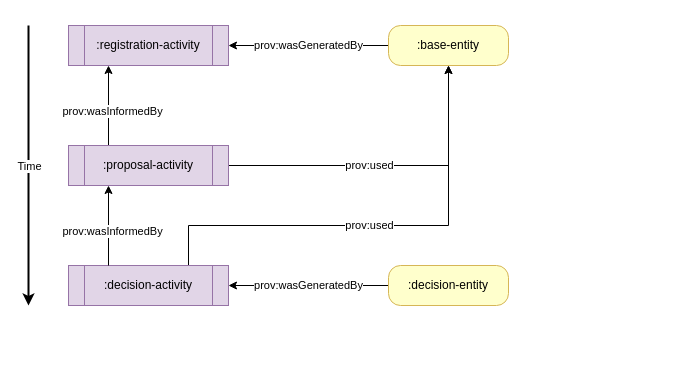
The draw.io diagram img/design_principles_basic.drawio in swiss/paf-link, before the edit. Source tidied: cells renumbered, new cells numbered last; positions are measured from the earlier drawing's top-left corner, leaving out a move shared by most shapes. Both pictures are drawn from the tidied source at 100%, with x=0, y=0 at pixel (28, 25).
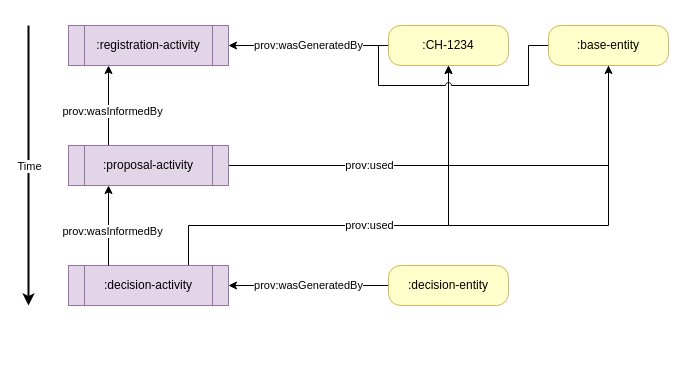
The same diagram, later.

What changed in the source:
```diff
@@
-    <mxCell id="3" value=":base-entity" style="rounded=1;whiteSpace=wrap;html=1;fillColor=#FFFFCC;strokeColor=#d6b656;arcSize=30;" parent="1" vertex="1">
+    <mxCell id="3" value=":CH-1234" style="rounded=1;whiteSpace=wrap;html=1;fillColor=#FFFFCC;strokeColor=#d6b656;arcSize=30;" parent="1" vertex="1">
       <mxGeometry x="360" width="120" height="40" as="geometry" />
     </mxCell>
@@
+    <mxCell id="18" style="edgeStyle=orthogonalEdgeStyle;rounded=0;html=1;exitX=0;exitY=0.5;exitDx=0;exitDy=0;endArrow=none;endFill=0;jumpStyle=arc;" parent="1" edge="1" source="21">
+      <mxGeometry relative="1" as="geometry">
+        <mxPoint x="350" y="20" as="targetPoint" />
+        <Array as="points">
+          <mxPoint x="500" y="20" />
+          <mxPoint x="500" y="60" />
+          <mxPoint x="350" y="60" />
+        </Array>
+      </mxGeometry>
+    </mxCell>
+    <mxCell id="19" style="edgeStyle=orthogonalEdgeStyle;rounded=0;html=1;exitX=0.5;exitY=1;exitDx=0;exitDy=0;endArrow=none;endFill=0;" parent="1" edge="1" source="21">
+      <mxGeometry relative="1" as="geometry">
+        <mxPoint x="420" y="200" as="targetPoint" />
+        <Array as="points">
+          <mxPoint x="580" y="200" />
+        </Array>
+      </mxGeometry>
+    </mxCell>
+    <mxCell id="20" style="edgeStyle=orthogonalEdgeStyle;rounded=0;html=1;exitX=0.5;exitY=1;exitDx=0;exitDy=0;endArrow=none;endFill=0;startArrow=classic;startFill=1;" parent="1" edge="1" source="21">
+      <mxGeometry relative="1" as="geometry">
+        <mxPoint x="420" y="140" as="targetPoint" />
+        <Array as="points">
+          <mxPoint x="580" y="140" />
+        </Array>
+      </mxGeometry>
+    </mxCell>
+    <mxCell id="21" value=":base-entity" style="rounded=1;whiteSpace=wrap;html=1;fillColor=#FFFFCC;strokeColor=#d6b656;arcSize=30;" parent="1" vertex="1">
+      <mxGeometry x="520" width="120" height="40" as="geometry" />
+    </mxCell>
```
